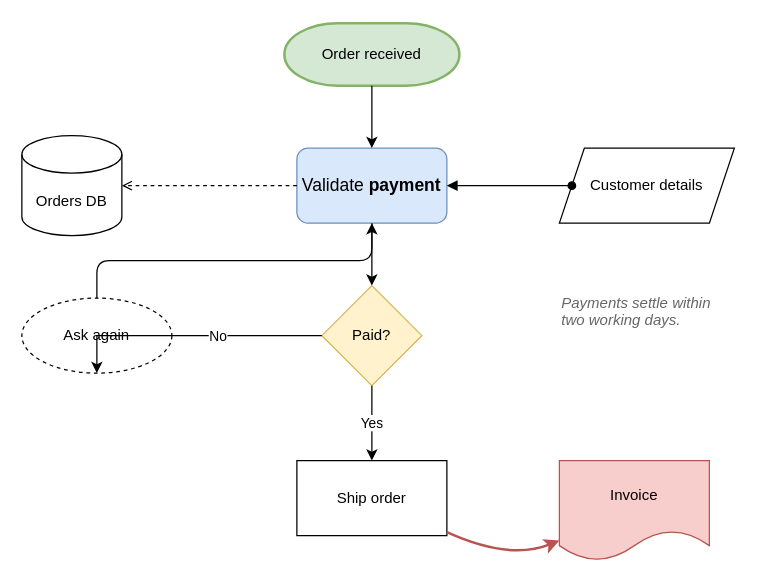
livediagram-app/livediagram.app keeps this draw.io diagram as apps/live/lib/drawio/__fixtures__/flowchart.compressed.drawio. Above is the earlier version. Source tidied: cells renumbered, new cells numbered last; positions are measured from the earlier drawing's top-left corner, leaving out a move shared by most shapes. Both pictures are drawn from the tidied source at 125%, with x=0, y=0 at pixel (21, 22).
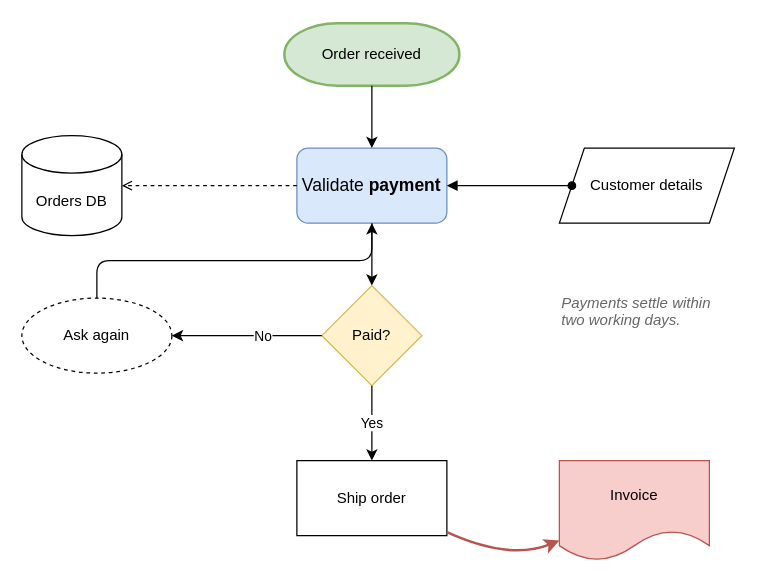
After the change.

The change refers to these unchanged cells:
```xml
<mxCell id="4" value="Paid?" style="rhombus;whiteSpace=wrap;html=1;fillColor=#fff2cc;strokeColor=#d6b656;" parent="1" vertex="1">
  <mxGeometry x="240" y="210" width="80" height="80" as="geometry" />
</mxCell>
<mxCell id="9" value="Ask again" style="ellipse;whiteSpace=wrap;html=1;dashed=1;" parent="1" vertex="1">
  <mxGeometry y="220" width="120" height="60" as="geometry" />
</mxCell>
```

Change to the diagram source:
```diff
@@
-    <mxCell id="14" style="edgeStyle=orthogonalEdgeStyle;rounded=0;jettySize=auto;html=1;exitX=0;exitY=0.5;exitDx=0;exitDy=0;entryX=0.5;entryY=1;entryDx=0;entryDy=0;" parent="1" edge="1" source="4" target="9">
-      <mxGeometry relative="1" as="geometry">
-        <Array as="points">
-          <mxPoint x="60" y="250" />
-        </Array>
-      </mxGeometry>
+    <mxCell id="14" style="edgeStyle=orthogonalEdgeStyle;rounded=0;jettySize=auto;html=1;exitX=0;exitY=0.5;exitDx=0;exitDy=0;entryX=1;entryY=0.5;entryDx=0;entryDy=0;" parent="1" edge="1" source="4" target="9">
+      <mxGeometry relative="1" as="geometry" />
     </mxCell>
```
